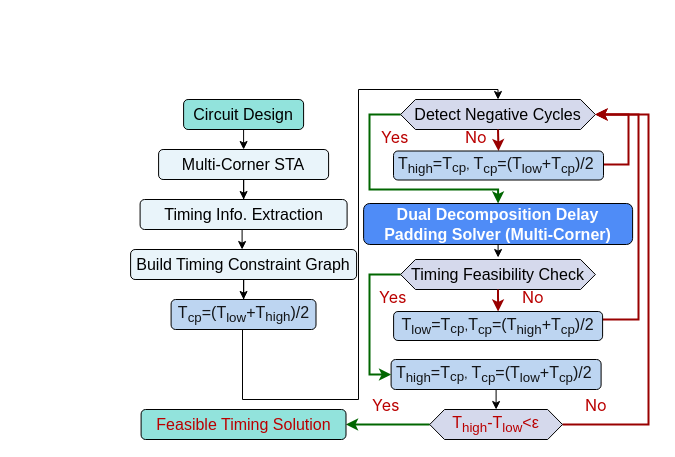
kxzhu0505/Delay-Padding-For-Multi-corner keeps this draw.io diagram as framework.drawio. Above is the earlier version. Source tidied: cells renumbered, new cells numbered last; positions are measured from the earlier drawing's top-left corner, leaving out a move shared by most shapes. Both pictures are drawn from the tidied source at 100%, with x=0, y=0 at pixel (130, 89).
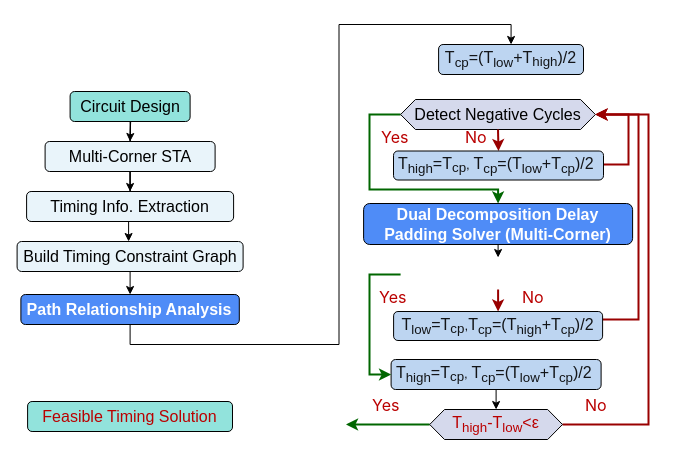
Above is the later version.

Unchanged cells that the change refers to:
```xml
<mxCell id="5" value="&lt;span style=&quot;font-size: 16px;&quot;&gt;Detect Negative Cycles&lt;/span&gt;" style="shape=hexagon;perimeter=hexagonPerimeter2;whiteSpace=wrap;html=1;fixedSize=1;size=14.829999999999927;fillColor=light-dark(#d5d9ec, #392f3f);strokeColor=#000000;" parent="1" vertex="1">
  <mxGeometry x="270.1" y="10" width="194.8" height="30" as="geometry" />
</mxCell>
<mxCell id="17" value="&lt;span style=&quot;color: rgba(0, 0, 0, 0.9); text-align: left; font-size: 16px;&quot;&gt;T&lt;sub&gt;high&lt;/sub&gt;=&lt;/span&gt;&lt;span style=&quot;color: rgba(0, 0, 0, 0.9); text-align: left;&quot;&gt;&lt;span style=&quot;font-size: 16px; color: rgba(0, 0, 0, 0.9);&quot;&gt;T&lt;/span&gt;&lt;sub style=&quot;color: rgba(0, 0, 0, 0.9);&quot;&gt;&lt;font style=&quot;font-size: 13.333px;&quot;&gt;cp&lt;/font&gt;&lt;/sub&gt;&lt;span style=&quot;font-size: 13.3333px;&quot;&gt;,&amp;nbsp;&lt;/span&gt;&lt;/span&gt;&lt;font face=&quot;Helvetica&quot;&gt;&lt;span style=&quot;color: rgba(0, 0, 0, 0.9); font-size: 16px; text-align: left;&quot;&gt;&lt;span style=&quot;color: rgba(0, 0, 0, 0.9);&quot;&gt;T&lt;/span&gt;&lt;sub style=&quot;color: rgba(0, 0, 0, 0.9);&quot;&gt;cp&lt;/sub&gt;=(T&lt;sub&gt;low&lt;/sub&gt;+&lt;/span&gt;&lt;span style=&quot;color: rgba(0, 0, 0, 0.9); text-align: left; font-size: 16px;&quot;&gt;&lt;span style=&quot;color: rgba(0, 0, 0, 0.9);&quot;&gt;T&lt;/span&gt;&lt;sub style=&quot;color: rgba(0, 0, 0, 0.9);&quot;&gt;cp&lt;/sub&gt;)/2&amp;nbsp;&lt;/span&gt;&lt;/font&gt;" style="rounded=1;whiteSpace=wrap;html=1;fillColor=light-dark(#bdd5f1, #1f2f1e);strokeColor=#000000;" parent="1" vertex="1">
  <mxGeometry x="260.6" y="270" width="210" height="30" as="geometry" />
</mxCell>
<mxCell id="31" value="&lt;div style=&quot;text-align: left;&quot;&gt;&lt;font color=&quot;rgba(0, 0, 0, 0.9)&quot;&gt;&lt;span style=&quot;font-size: 16px;&quot;&gt;T&lt;sub&gt;high&lt;/sub&gt;-T&lt;sub&gt;low&lt;/sub&gt;&amp;lt;ε&lt;/span&gt;&lt;/font&gt;&lt;/div&gt;" style="shape=hexagon;perimeter=hexagonPerimeter2;whiteSpace=wrap;html=1;fixedSize=1;size=14.829999999999927;fillColor=light-dark(#d5d9ec, #392f3f);strokeColor=#000000;" parent="1" vertex="1">
  <mxGeometry x="299.2" y="320" width="132.8" height="30" as="geometry" />
</mxCell>
<mxCell id="34" value="&lt;span style=&quot;color: rgba(0, 0, 0, 0.9); font-size: 16px; text-align: left;&quot;&gt;&lt;span style=&quot;color: rgba(0, 0, 0, 0.9);&quot;&gt;&lt;span style=&quot;color: rgba(0, 0, 0, 0.9);&quot;&gt;T&lt;sub&gt;low&lt;/sub&gt;=&lt;/span&gt;&lt;span style=&quot;font-size: 12px; color: rgba(0, 0, 0, 0.9);&quot;&gt;&lt;span style=&quot;font-size: 16px; color: rgba(0, 0, 0, 0.9);&quot;&gt;T&lt;/span&gt;&lt;sub style=&quot;color: rgba(0, 0, 0, 0.9);&quot;&gt;&lt;font style=&quot;font-size: 13.333px;&quot;&gt;cp&lt;/font&gt;&lt;/sub&gt;&lt;span style=&quot;font-size: 13.3333px;&quot;&gt;,&lt;/span&gt;&lt;/span&gt;T&lt;/span&gt;&lt;sub style=&quot;color: rgba(0, 0, 0, 0.9);&quot;&gt;cp&lt;/sub&gt;=(&lt;span style=&quot;color: rgba(0, 0, 0, 0.9);&quot;&gt;T&lt;/span&gt;&lt;sub style=&quot;color: rgba(0, 0, 0, 0.9);&quot;&gt;high&lt;/sub&gt;+&lt;/span&gt;&lt;span style=&quot;color: rgba(0, 0, 0, 0.9); font-size: 16px; text-align: left;&quot;&gt;&lt;span style=&quot;color: rgba(0, 0, 0, 0.9);&quot;&gt;T&lt;/span&gt;&lt;sub style=&quot;color: rgba(0, 0, 0, 0.9);&quot;&gt;cp&lt;/sub&gt;)/2&lt;/span&gt;" style="rounded=1;whiteSpace=wrap;html=1;fillColor=light-dark(#bdd5f1, #1f2f1e);strokeColor=#000000;" parent="1" vertex="1">
  <mxGeometry x="263.1" y="222" width="209" height="29" as="geometry" />
</mxCell>
```

What changed in the source:
```diff
@@
     <mxCell id="7" style="edgeStyle=orthogonalEdgeStyle;rounded=0;jettySize=auto;html=1;entryX=0.5;entryY=0;entryDx=0;entryDy=0;" parent="1" edge="1" source="8">
       <mxGeometry relative="1" as="geometry">
-        <mxPoint x="113.1" y="60" as="targetPoint" />
+        <mxPoint x="-0.4" y="52" as="targetPoint" />
       </mxGeometry>
     </mxCell>
     <mxCell id="8" value="&lt;font style=&quot;font-size: 16px;&quot;&gt;Circuit Design&lt;/font&gt;" style="rounded=1;whiteSpace=wrap;html=1;fillColor=light-dark(#92e3dc, #ededed);" parent="1" vertex="1">
-      <mxGeometry x="53.1" y="10" width="120" height="30" as="geometry" />
+      <mxGeometry x="-60.4" y="2" width="120" height="30" as="geometry" />
     </mxCell>
@@
     <mxCell id="10" value="&lt;font style=&quot;font-size: 16px;&quot;&gt;Multi-Corner STA&lt;/font&gt;" style="rounded=1;whiteSpace=wrap;html=1;fillColor=light-dark(#e9f4fa, #ededed);" parent="1" vertex="1">
-      <mxGeometry x="28.1" y="60" width="170" height="30" as="geometry" />
+      <mxGeometry x="-85.4" y="52" width="170" height="30" as="geometry" />
     </mxCell>
     <mxCell id="11" value="&lt;font style=&quot;font-size: 16px;&quot;&gt;Timing Info. Extraction&lt;/font&gt;" style="rounded=1;whiteSpace=wrap;html=1;fillColor=light-dark(#e9f4fa, #ededed);" parent="1" vertex="1">
-      <mxGeometry x="9.6" y="110" width="207" height="30" as="geometry" />
+      <mxGeometry x="-103.9" y="102" width="207" height="30" as="geometry" />
     </mxCell>
     <mxCell id="12" style="edgeStyle=orthogonalEdgeStyle;rounded=0;orthogonalLoop=1;jettySize=auto;html=1;entryX=0.5;entryY=0;entryDx=0;entryDy=0;" parent="1" edge="1">
       <mxGeometry relative="1" as="geometry">
-        <mxPoint x="111.6" y="140" as="sourcePoint" />
-        <mxPoint x="111.6" y="160" as="targetPoint" />
+        <mxPoint x="-1.9" y="132" as="sourcePoint" />
+        <mxPoint x="-1.9" y="152" as="targetPoint" />
       </mxGeometry>
     </mxCell>
@@
-    <mxCell id="18" style="edgeStyle=orthogonalEdgeStyle;rounded=0;jettySize=auto;html=1;entryX=0.5;entryY=0;entryDx=0;entryDy=0;exitX=0.5;exitY=1;exitDx=0;exitDy=0;" parent="1" edge="1" source="35" target="5">
-      <mxGeometry relative="1" as="geometry">
-        <Array as="points">
-          <mxPoint x="112" y="310" />
-          <mxPoint x="228" y="310" />
-          <mxPoint x="228" />
-          <mxPoint x="368" />
-        </Array>
-      </mxGeometry>
-    </mxCell>
-    <mxCell id="19" style="edgeStyle=orthogonalEdgeStyle;rounded=0;jettySize=auto;html=1;entryX=0.5;entryY=0;entryDx=0;entryDy=0;" parent="1" edge="1" source="20" target="35">
-      <mxGeometry relative="1" as="geometry" />
-    </mxCell>
     <mxCell id="20" value="&lt;font style=&quot;font-size: 16px;&quot;&gt;Build Timing Constraint Graph&lt;/font&gt;" style="rounded=1;whiteSpace=wrap;html=1;fillColor=light-dark(#e9f4fa, #ededed);" parent="1" vertex="1">
-      <mxGeometry x="0.1" y="160" width="226" height="30" as="geometry" />
+      <mxGeometry x="-113.4" y="152" width="226" height="30" as="geometry" />
     </mxCell>
-    <mxCell id="21" style="rounded=0;jettySize=auto;html=1;entryX=1;entryY=0.5;entryDx=0;entryDy=0;exitX=0;exitY=0.5;exitDx=0;exitDy=0;strokeWidth=2;strokeColor=#006600;" parent="1" edge="1" source="31" target="22">
-      <mxGeometry relative="1" as="geometry" />
+    <mxCell id="21" style="rounded=0;jettySize=auto;html=1;entryX=1;entryY=0.5;entryDx=0;entryDy=0;exitX=0;exitY=0.5;exitDx=0;exitDy=0;strokeWidth=2;strokeColor=#006600;" parent="1" edge="1" source="31">
+      <mxGeometry relative="1" as="geometry">
+        <mxPoint x="215.5" y="335" as="targetPoint" />
+      </mxGeometry>
     </mxCell>
     <mxCell id="22" value="&lt;div style=&quot;text-align: left;&quot;&gt;&lt;span style=&quot;background-color: transparent;&quot;&gt;&lt;font style=&quot;font-size: 16px;&quot; face=&quot;Helvetica&quot; color=&quot;rgba(0, 0, 0, 0.9)&quot;&gt;Feasible Timing Solution&lt;/font&gt;&lt;/span&gt;&lt;/div&gt;" style="rounded=1;whiteSpace=wrap;html=1;fillColor=light-dark(#92e3dc, #ededed);" parent="1" vertex="1">
-      <mxGeometry x="10.6" y="320" width="204.9" height="30" as="geometry" />
+      <mxGeometry x="-102.9" y="312" width="204.9" height="30" as="geometry" />
     </mxCell>
@@
-    <mxCell id="29" style="edgeStyle=orthogonalEdgeStyle;rounded=0;jettySize=auto;html=1;entryX=0;entryY=0.5;entryDx=0;entryDy=0;exitX=0;exitY=0.5;exitDx=0;exitDy=0;strokeWidth=2;strokeColor=#006600;" parent="1" edge="1" source="30" target="17">
+    <mxCell id="29" style="edgeStyle=orthogonalEdgeStyle;rounded=0;jettySize=auto;html=1;entryX=0;entryY=0.5;entryDx=0;entryDy=0;exitX=0;exitY=0.5;exitDx=0;exitDy=0;strokeWidth=2;strokeColor=#006600;" parent="1" edge="1" target="17">
       <mxGeometry relative="1" as="geometry">
+        <mxPoint x="270.1" y="185" as="sourcePoint" />
         <Array as="points">
           <mxPoint x="239" y="185" />
           <mxPoint x="239" y="285" />
         </Array>
       </mxGeometry>
     </mxCell>
-    <mxCell id="30" value="&lt;font style=&quot;font-size: 16px;&quot;&gt;Timing Feasibility&amp;nbsp;&lt;/font&gt;&lt;span style=&quot;font-size: 16px; background-color: transparent; color: light-dark(rgb(0, 0, 0), rgb(255, 255, 255));&quot;&gt;Check&lt;/span&gt;" style="shape=hexagon;perimeter=hexagonPerimeter2;whiteSpace=wrap;html=1;fixedSize=1;size=14.829999999999927;fillColor=light-dark(#d5d9ec, #392f3f);strokeColor=#000000;" parent="1" vertex="1">
-      <mxGeometry x="270.1" y="170" width="194.8" height="30" as="geometry" />
-    </mxCell>
@@
-    <mxCell id="32" style="rounded=0;jettySize=auto;html=1;entryX=0.5;entryY=0;entryDx=0;entryDy=0;exitX=0.5;exitY=1;exitDx=0;exitDy=0;strokeWidth=2;strokeColor=#990000;" parent="1" edge="1" source="30" target="34">
-      <mxGeometry relative="1" as="geometry" />
+    <mxCell id="32" style="rounded=0;jettySize=auto;html=1;entryX=0.5;entryY=0;entryDx=0;entryDy=0;exitX=0.5;exitY=1;exitDx=0;exitDy=0;strokeWidth=2;strokeColor=#990000;" parent="1" edge="1" target="34">
+      <mxGeometry relative="1" as="geometry">
+        <mxPoint x="367.6" y="200" as="sourcePoint" />
+      </mxGeometry>
     </mxCell>
@@
     <mxCell id="35" value="&lt;span&gt;&lt;font face=&quot;Helvetica&quot;&gt;&lt;span style=&quot;color: rgba(0, 0, 0, 0.9); font-size: 16px; text-align: left;&quot;&gt;&lt;span style=&quot;color: rgba(0, 0, 0, 0.9);&quot;&gt;T&lt;/span&gt;&lt;sub style=&quot;color: rgba(0, 0, 0, 0.9);&quot;&gt;cp&lt;/sub&gt;=(T&lt;sub style=&quot;&quot;&gt;low&lt;/sub&gt;+&lt;/span&gt;&lt;/font&gt;&lt;/span&gt;&lt;span style=&quot;color: rgba(0, 0, 0, 0.9); font-size: 16px; text-align: left;&quot;&gt;T&lt;/span&gt;&lt;sub style=&quot;color: rgba(0, 0, 0, 0.9); text-align: left;&quot;&gt;&lt;font style=&quot;font-size: 13.3333px;&quot;&gt;high&lt;/font&gt;&lt;/sub&gt;&lt;span&gt;&lt;font face=&quot;Helvetica&quot;&gt;&lt;span style=&quot;color: rgba(0, 0, 0, 0.9); font-size: 16px; text-align: left;&quot;&gt;)/2&lt;/span&gt;&lt;/font&gt;&lt;/span&gt;" style="rounded=1;whiteSpace=wrap;html=1;fillColor=light-dark(#bdd5f1, #1f2f1e);strokeColor=#000000;" parent="1" vertex="1">
-      <mxGeometry x="40.6" y="210" width="144.9" height="30" as="geometry" />
+      <mxGeometry x="308.1" y="-45" width="144.9" height="30" as="geometry" />
     </mxCell>
+    <mxCell id="36" value="&lt;font style=&quot;font-size: 16px; color: rgb(255, 255, 255);&quot;&gt;&lt;b&gt;Path Relationship Analysis&lt;/b&gt;&lt;/font&gt;" style="rounded=1;whiteSpace=wrap;html=1;fillColor=light-dark(#4f8cf7, #ededed);" parent="1" vertex="1">
+      <mxGeometry x="-109.6" y="205" width="218.4" height="30" as="geometry" />
+    </mxCell>
+    <mxCell id="37" style="edgeStyle=orthogonalEdgeStyle;rounded=0;jettySize=auto;html=1;entryX=0.5;entryY=0;entryDx=0;entryDy=0;exitX=0.5;exitY=1;exitDx=0;exitDy=0;" parent="1" edge="1" source="20" target="36">
+      <mxGeometry relative="1" as="geometry" />
+    </mxCell>
+    <mxCell id="38" style="edgeStyle=orthogonalEdgeStyle;rounded=0;jettySize=auto;html=1;entryX=0.5;entryY=0;entryDx=0;entryDy=0;exitX=0.5;exitY=1;exitDx=0;exitDy=0;" parent="1" edge="1" source="36" target="35">
+      <mxGeometry relative="1" as="geometry" />
+    </mxCell>
```
